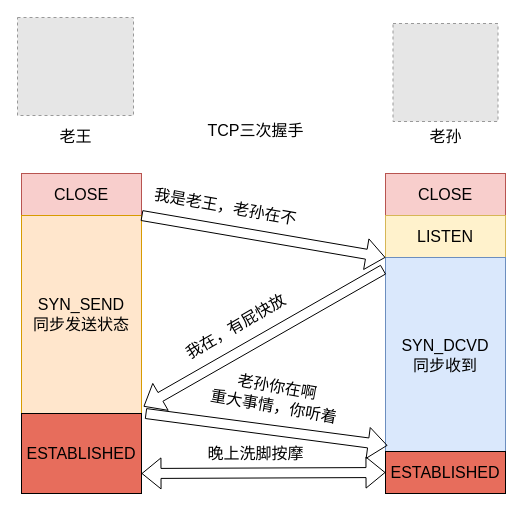
Earlier version of the draw.io diagram 形象版TCP三次握手.drawio (ChengziMao/diagrams). Source tidied: cells renumbered, new cells numbered last; positions are measured from the earlier drawing's top-left corner, leaving out a move shared by most shapes. Both pictures are drawn from the tidied source at 100%, with x=0, y=0 at pixel (17, 17). Pictures stored in the file or linked from it are replaced by grey dashed boxes.
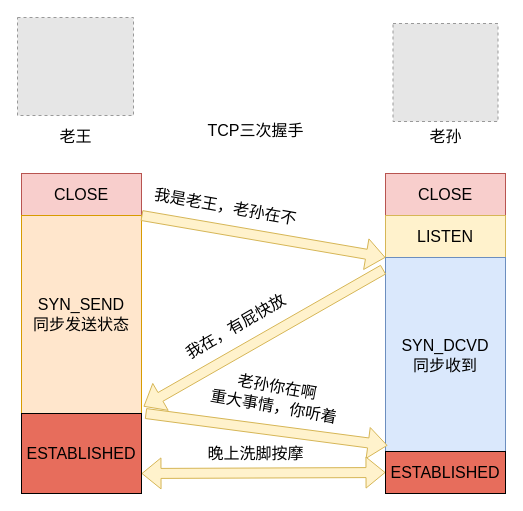
The same diagram, later.

Commit message (it also covers changes not shown here):
更新形象版TCP三次握手.drawio

The change refers to these unchanged cells:
```xml
<mxCell id="4" value="&lt;font style=&quot;vertical-align: inherit;&quot; class=&quot;notranslate fyzs-translate-target fyzs-translate-target-wrapper&quot;&gt;&lt;font style=&quot;vertical-align: inherit;&quot; class=&quot;notranslate fyzs-translate-target fyzs-translate-target-box&quot;&gt;&lt;font style=&quot;vertical-align: inherit;&quot; title=&quot;C&quot; class=&quot;notranslate fyzs-translate-target fyzs-translate-target-text&quot;&gt;CLOSE&lt;/font&gt;&lt;/font&gt;&lt;/font&gt;" style="rounded=0;whiteSpace=wrap;html=1;fontSize=16;fillColor=#f8cecc;strokeColor=#b85450;" parent="1" vertex="1">
  <mxGeometry x="4" y="156" width="120" height="42" as="geometry" />
</mxCell>
<mxCell id="6" value="&lt;font style=&quot;vertical-align: inherit;&quot; class=&quot;notranslate fyzs-translate-target fyzs-translate-target-wrapper&quot;&gt;&lt;font style=&quot;vertical-align: inherit;&quot; class=&quot;notranslate fyzs-translate-target fyzs-translate-target-box&quot;&gt;&lt;font style=&quot;vertical-align: inherit;&quot; title=&quot;L&quot; class=&quot;notranslate fyzs-translate-target fyzs-translate-target-text&quot;&gt;LISTEN&lt;/font&gt;&lt;/font&gt;&lt;/font&gt;" style="rounded=0;whiteSpace=wrap;html=1;fontSize=16;fillColor=#fff2cc;strokeColor=#d6b656;" parent="1" vertex="1">
  <mxGeometry x="368" y="198" width="120" height="42" as="geometry" />
</mxCell>
<mxCell id="7" value="&lt;font style=&quot;vertical-align: inherit;&quot; class=&quot;notranslate fyzs-translate-target fyzs-translate-target-wrapper&quot;&gt;&lt;font style=&quot;vertical-align: inherit;&quot; class=&quot;notranslate fyzs-translate-target fyzs-translate-target-box&quot;&gt;&lt;font style=&quot;vertical-align: inherit;&quot; title=&quot;S&quot; class=&quot;notranslate fyzs-translate-target fyzs-translate-target-text&quot;&gt;SYN_SEND&lt;/font&gt;&lt;/font&gt;&lt;/font&gt;&lt;div&gt;&lt;font style=&quot;vertical-align: inherit;&quot; class=&quot;notranslate fyzs-translate-target fyzs-translate-target-wrapper&quot;&gt;&lt;font style=&quot;vertical-align: inherit;&quot; class=&quot;notranslate fyzs-translate-target fyzs-translate-target-box&quot;&gt;&lt;font style=&quot;vertical-align: inherit;&quot; title=&quot;S&quot; class=&quot;notranslate fyzs-translate-target fyzs-translate-target-text&quot;&gt;同步发送状态&lt;/font&gt;&lt;/font&gt;&lt;/font&gt;&lt;/div&gt;" style="rounded=0;whiteSpace=wrap;html=1;fontSize=16;fillColor=#ffe6cc;strokeColor=#d79b00;" parent="1" vertex="1">
  <mxGeometry x="4" y="198" width="120" height="198" as="geometry" />
</mxCell>
<mxCell id="8" value="ESTABLISHED" style="rounded=0;whiteSpace=wrap;html=1;fontSize=16;fillColor=light-dark(#e76d5c, #ededed);" parent="1" vertex="1">
  <mxGeometry x="4" y="396" width="120" height="80" as="geometry" />
</mxCell>
<mxCell id="9" value="&lt;font style=&quot;vertical-align: inherit;&quot; class=&quot;notranslate fyzs-translate-target fyzs-translate-target-wrapper&quot;&gt;&lt;font style=&quot;vertical-align: inherit;&quot; class=&quot;notranslate fyzs-translate-target fyzs-translate-target-box&quot;&gt;&lt;font style=&quot;vertical-align: inherit;&quot; title=&quot;S&quot; class=&quot;notranslate fyzs-translate-target fyzs-translate-target-text&quot;&gt;SYN_DCVD&lt;/font&gt;&lt;/font&gt;&lt;/font&gt;&lt;div&gt;&lt;font style=&quot;vertical-align: inherit;&quot; class=&quot;notranslate fyzs-translate-target fyzs-translate-target-wrapper&quot;&gt;&lt;font style=&quot;vertical-align: inherit;&quot; class=&quot;notranslate fyzs-translate-target fyzs-translate-target-box&quot;&gt;&lt;font style=&quot;vertical-align: inherit;&quot; title=&quot;t&quot; class=&quot;notranslate fyzs-translate-target fyzs-translate-target-text&quot;&gt;同步收到&lt;/font&gt;&lt;/font&gt;&lt;/font&gt;&lt;/div&gt;" style="rounded=0;whiteSpace=wrap;html=1;fontSize=16;fillColor=#dae8fc;strokeColor=#6c8ebf;" parent="1" vertex="1">
  <mxGeometry x="368" y="240" width="120" height="196" as="geometry" />
</mxCell>
<mxCell id="10" value="ESTABLISHED" style="rounded=0;whiteSpace=wrap;html=1;fontSize=16;fillColor=light-dark(#e76d5c, #ededed);" parent="1" vertex="1">
  <mxGeometry x="368" y="434" width="120" height="42" as="geometry" />
</mxCell>
```

The edit, as a diff of the source:
```diff
@@
-    <mxCell id="14" style="shape=flexArrow;endArrow=classic;html=1;rounded=0;exitX=1;exitY=1;exitDx=0;exitDy=0;entryX=0;entryY=1;entryDx=0;entryDy=0;fontSize=16;" parent="1" edge="1" source="4" target="6">
+    <mxCell id="14" style="shape=flexArrow;endArrow=classic;html=1;rounded=0;exitX=1;exitY=1;exitDx=0;exitDy=0;entryX=0;entryY=1;entryDx=0;entryDy=0;fontSize=16;fillColor=#fff2cc;strokeColor=#d6b656;" parent="1" edge="1" source="4" target="6">
       <mxGeometry relative="1" as="geometry" />
     </mxCell>
@@
-    <mxCell id="16" style="shape=flexArrow;endArrow=classic;html=1;rounded=0;entryX=1.017;entryY=0.965;entryDx=0;entryDy=0;entryPerimeter=0;exitX=-0.017;exitY=0.061;exitDx=0;exitDy=0;exitPerimeter=0;fontSize=16;" parent="1" edge="1" source="9" target="7">
+    <mxCell id="16" style="shape=flexArrow;endArrow=classic;html=1;rounded=0;entryX=1.017;entryY=0.965;entryDx=0;entryDy=0;entryPerimeter=0;exitX=-0.017;exitY=0.061;exitDx=0;exitDy=0;exitPerimeter=0;fontSize=16;fillColor=#fff2cc;strokeColor=#d6b656;" parent="1" edge="1" source="9" target="7">
       <mxGeometry relative="1" as="geometry" />
     </mxCell>
@@
-    <mxCell id="18" style="shape=flexArrow;endArrow=classic;html=1;rounded=0;entryX=0.017;entryY=0.959;entryDx=0;entryDy=0;entryPerimeter=0;fontSize=16;" parent="1" edge="1" target="9">
+    <mxCell id="18" style="shape=flexArrow;endArrow=classic;html=1;rounded=0;entryX=0.017;entryY=0.959;entryDx=0;entryDy=0;entryPerimeter=0;fontSize=16;fillColor=#fff2cc;strokeColor=#d6b656;" parent="1" edge="1" target="9">
       <mxGeometry relative="1" as="geometry">
         <mxPoint x="128" y="396" as="sourcePoint" />
       </mxGeometry>
     </mxCell>
@@
-    <mxCell id="20" style="shape=flexArrow;endArrow=classic;startArrow=classic;html=1;rounded=0;entryX=0;entryY=0.5;entryDx=0;entryDy=0;exitX=1;exitY=0.75;exitDx=0;exitDy=0;fontSize=16;" parent="1" edge="1" source="8" target="10">
+    <mxCell id="20" style="shape=flexArrow;endArrow=classic;startArrow=classic;html=1;rounded=0;entryX=0;entryY=0.5;entryDx=0;entryDy=0;exitX=1;exitY=0.75;exitDx=0;exitDy=0;fontSize=16;fillColor=#fff2cc;strokeColor=#d6b656;" parent="1" edge="1" source="8" target="10">
       <mxGeometry relative="1" as="geometry" />
     </mxCell>
```
